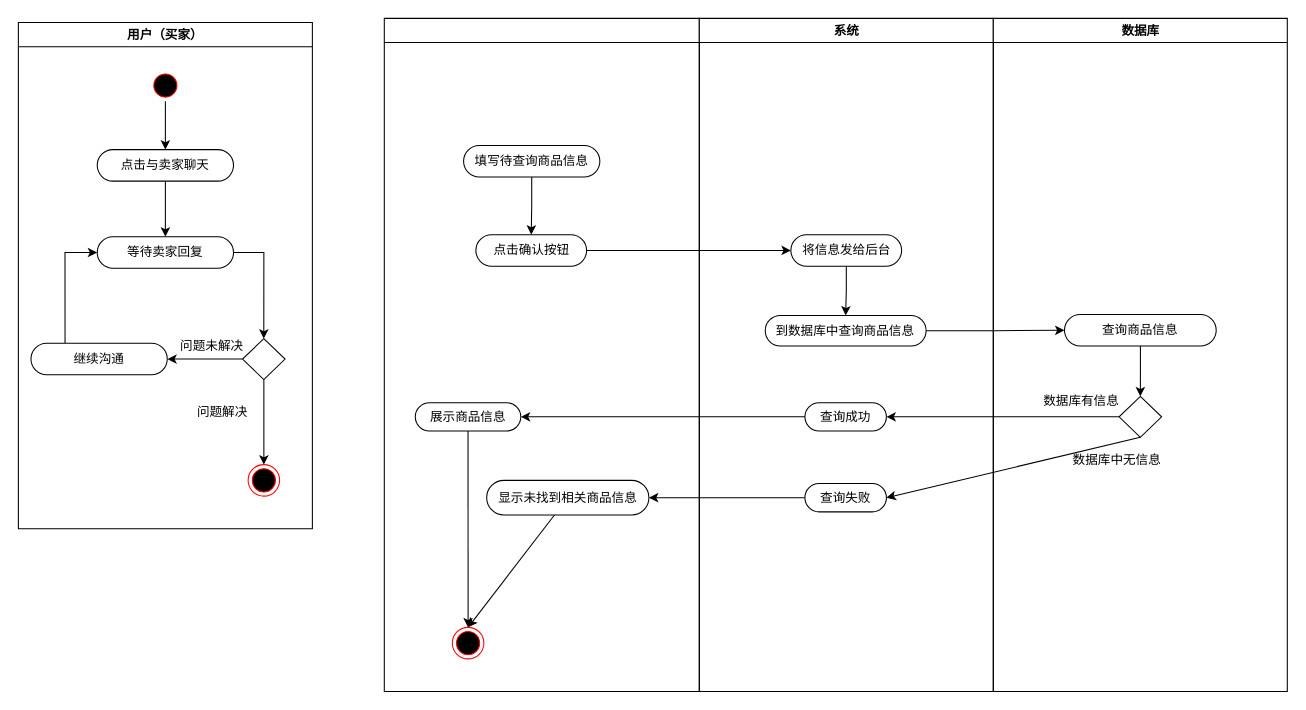
Earlier version of the draw.io diagram 联系卖家活动图.drawio (200928/image). Source tidied: cells renumbered, new cells numbered last; positions are measured from the earlier drawing's top-left corner, leaving out a move shared by most shapes. Both pictures are drawn from the tidied source at 105%, with x=0, y=0 at pixel (18, 18).
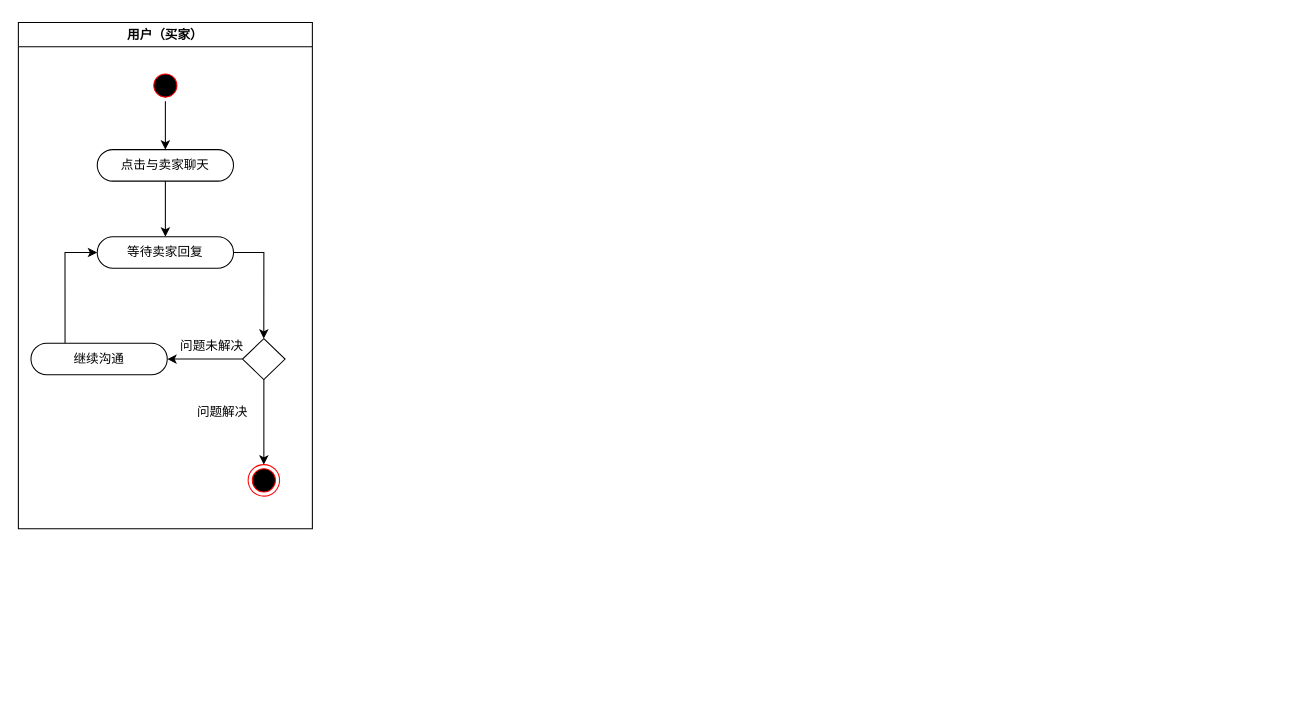
After the change.

Commit message (it also covers changes not shown here):
更新联系卖家活动图.drawio

Change to the diagram source:
```diff
@@
-    <mxCell id="16" style="swimlane;whiteSpace=wrap;" parent="1" vertex="1">
-      <mxGeometry x="348.5" width="300" height="641" as="geometry" />
-    </mxCell>
-    <mxCell id="17" style="edgeStyle=orthogonalEdgeStyle;rounded=0;jettySize=auto;html=1;entryX=0.5;entryY=0;entryDx=0;entryDy=0;" parent="16" edge="1" source="18" target="19">
-      <mxGeometry relative="1" as="geometry" />
-    </mxCell>
-    <mxCell id="18" value="填写待查询商品信息" style="rounded=1;whiteSpace=wrap;html=1;arcSize=50;" parent="16" vertex="1">
-      <mxGeometry x="75.5" y="121" width="129.8" height="30" as="geometry" />
-    </mxCell>
-    <mxCell id="19" value="点击确认按钮" style="rounded=1;whiteSpace=wrap;html=1;arcSize=50;" parent="16" vertex="1">
-      <mxGeometry x="87.2" y="206" width="105.5" height="30" as="geometry" />
-    </mxCell>
-    <mxCell id="20" style="ellipse;html=1;shape=endState;fillColor=#000000;strokeColor=#ff0000;" parent="16" vertex="1">
-      <mxGeometry x="64.8" y="580" width="30" height="30" as="geometry" />
-    </mxCell>
-    <mxCell id="21" style="edgeStyle=none;rounded=0;jettySize=auto;html=1;entryX=0.5;entryY=0;entryDx=0;entryDy=0;" parent="16" edge="1" source="22" target="20">
-      <mxGeometry relative="1" as="geometry" />
-    </mxCell>
-    <mxCell id="22" value="展示商品信息" style="rounded=1;whiteSpace=wrap;html=1;arcSize=50;" parent="16" vertex="1">
-      <mxGeometry x="29.5" y="366" width="100.5" height="27" as="geometry" />
-    </mxCell>
-    <mxCell id="23" style="edgeStyle=none;rounded=0;jettySize=auto;html=1;entryX=0.5;entryY=0;entryDx=0;entryDy=0;" parent="16" edge="1" source="24" target="20">
-      <mxGeometry relative="1" as="geometry" />
-    </mxCell>
-    <mxCell id="24" value="显示未找到相关商品信息" style="rounded=1;whiteSpace=wrap;html=1;arcSize=50;" parent="16" vertex="1">
-      <mxGeometry x="97.5" y="440" width="154.5" height="33" as="geometry" />
-    </mxCell>
-    <mxCell id="25" value="系统" style="swimlane;whiteSpace=wrap;" parent="1" vertex="1">
-      <mxGeometry x="648.5" width="280" height="641" as="geometry" />
-    </mxCell>
-    <mxCell id="26" style="edgeStyle=orthogonalEdgeStyle;rounded=0;jettySize=auto;html=1;entryX=0.5;entryY=0;entryDx=0;entryDy=0;" parent="25" edge="1" source="27" target="28">
-      <mxGeometry relative="1" as="geometry" />
-    </mxCell>
-    <mxCell id="27" value="将信息发给后台" style="rounded=1;whiteSpace=wrap;html=1;arcSize=50;" parent="25" vertex="1">
-      <mxGeometry x="87.2" y="206" width="105.5" height="30" as="geometry" />
-    </mxCell>
-    <mxCell id="28" value="到数据库中查询商品信息" style="rounded=1;whiteSpace=wrap;html=1;arcSize=50;" parent="25" vertex="1">
-      <mxGeometry x="62.8" y="283" width="153.2" height="29" as="geometry" />
-    </mxCell>
-    <mxCell id="29" value="查询成功" style="rounded=1;whiteSpace=wrap;html=1;arcSize=50;" parent="25" vertex="1">
-      <mxGeometry x="100.6" y="366" width="77.6" height="27" as="geometry" />
-    </mxCell>
-    <mxCell id="30" value="查询失败" style="rounded=1;whiteSpace=wrap;html=1;arcSize=50;" parent="25" vertex="1">
-      <mxGeometry x="100.6" y="443" width="77.6" height="27" as="geometry" />
-    </mxCell>
-    <mxCell id="31" value="数据库" style="swimlane;whiteSpace=wrap;" parent="1" vertex="1">
-      <mxGeometry x="928.5" width="280" height="641" as="geometry" />
-    </mxCell>
-    <mxCell id="32" style="edgeStyle=orthogonalEdgeStyle;rounded=0;jettySize=auto;html=1;entryX=0.5;entryY=0;entryDx=0;entryDy=0;" parent="31" edge="1" source="33" target="34">
-      <mxGeometry relative="1" as="geometry" />
-    </mxCell>
-    <mxCell id="33" value="查询商品信息" style="rounded=1;whiteSpace=wrap;html=1;arcSize=50;" parent="31" vertex="1">
-      <mxGeometry x="67.8" y="282" width="144.5" height="30" as="geometry" />
-    </mxCell>
-    <mxCell id="34" style="rhombus;whiteSpace=wrap;html=1;" parent="31" vertex="1">
-      <mxGeometry x="119.8" y="360" width="40.5" height="39" as="geometry" />
-    </mxCell>
-    <mxCell id="35" value="数据库有信息" style="text;html=1;align=center;verticalAlign=middle;strokeColor=none;fillColor=none;" parent="31" vertex="1">
-      <mxGeometry x="42.5" y="356" width="82" height="18" as="geometry" />
-    </mxCell>
-    <mxCell id="36" value="数据库中无信息" style="text;html=1;align=center;verticalAlign=middle;strokeColor=none;fillColor=none;" parent="31" vertex="1">
-      <mxGeometry x="70.5" y="412" width="94" height="18" as="geometry" />
-    </mxCell>
-    <mxCell id="37" style="edgeStyle=orthogonalEdgeStyle;rounded=0;jettySize=auto;html=1;entryX=0;entryY=0.5;entryDx=0;entryDy=0;" parent="1" edge="1" source="19" target="27">
-      <mxGeometry relative="1" as="geometry" />
-    </mxCell>
-    <mxCell id="38" style="edgeStyle=orthogonalEdgeStyle;rounded=0;jettySize=auto;html=1;entryX=0;entryY=0.5;entryDx=0;entryDy=0;" parent="1" edge="1" source="28" target="33">
-      <mxGeometry relative="1" as="geometry" />
-    </mxCell>
-    <mxCell id="39" style="edgeStyle=orthogonalEdgeStyle;rounded=0;jettySize=auto;html=1;entryX=1;entryY=0.5;entryDx=0;entryDy=0;" parent="1" edge="1" source="34" target="29">
-      <mxGeometry relative="1" as="geometry" />
-    </mxCell>
-    <mxCell id="40" style="rounded=0;jettySize=auto;html=1;entryX=1;entryY=0.5;entryDx=0;entryDy=0;exitX=0.5;exitY=1;exitDx=0;exitDy=0;" parent="1" edge="1" source="34" target="30">
-      <mxGeometry relative="1" as="geometry" />
-    </mxCell>
-    <mxCell id="41" style="edgeStyle=none;rounded=0;jettySize=auto;html=1;entryX=1;entryY=0.5;entryDx=0;entryDy=0;" parent="1" edge="1" source="29" target="22">
-      <mxGeometry relative="1" as="geometry" />
-    </mxCell>
-    <mxCell id="42" style="edgeStyle=none;rounded=0;jettySize=auto;html=1;entryX=1;entryY=0.5;entryDx=0;entryDy=0;" parent="1" edge="1" source="30" target="24">
-      <mxGeometry relative="1" as="geometry" />
-    </mxCell>
```
